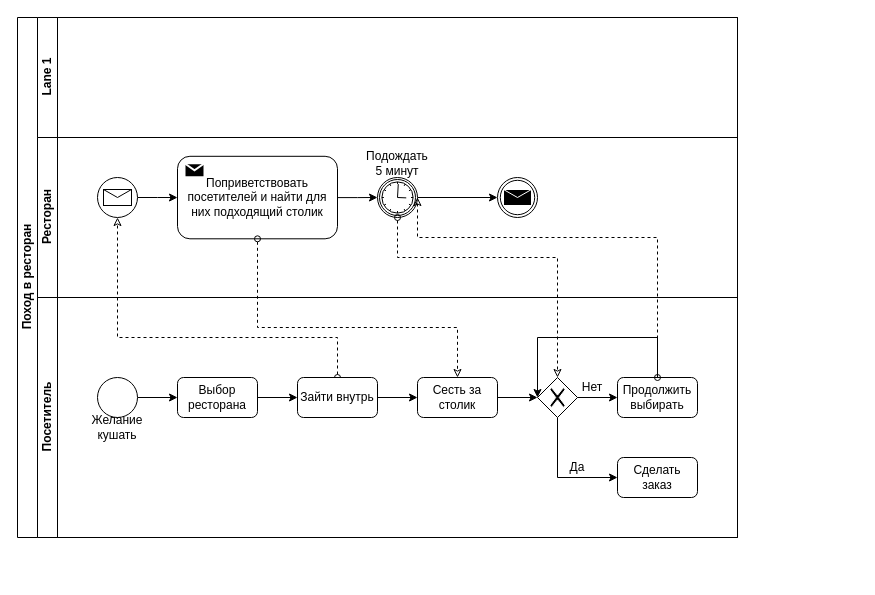
Above: Untitled Diagram.drawio in monsegard/portfolio (draw.io), before the change. Source tidied: cells renumbered, new cells numbered last; positions are measured from the earlier drawing's top-left corner, leaving out a move shared by most shapes. Both pictures are drawn from the tidied source at 100%, with x=0, y=0 at pixel (17, 17).
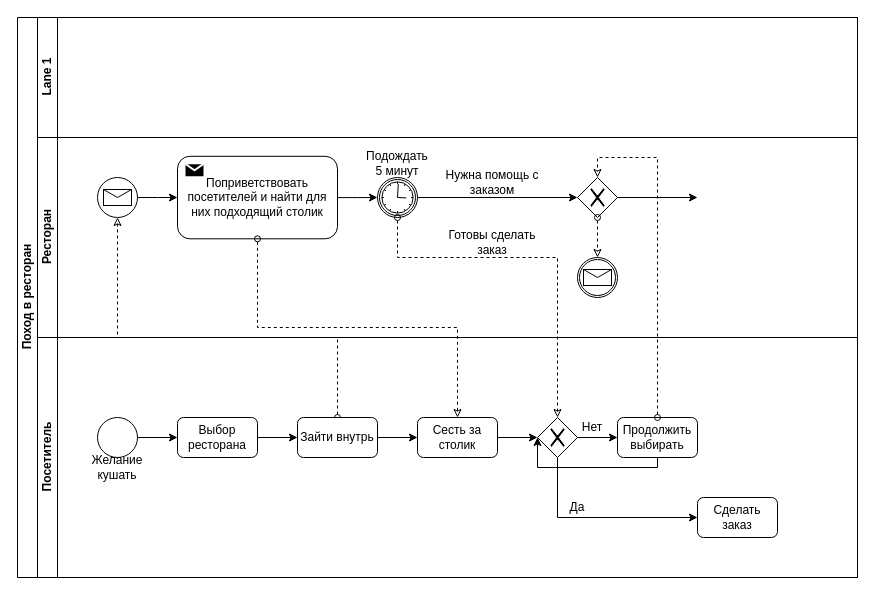
Above is the later version.

Unchanged cells that the change refers to:
```xml
<mxCell id="11" style="shape=mxgraph.bpmn.shape;html=1;verticalLabelPosition=bottom;labelBackgroundColor=#ffffff;verticalAlign=top;align=center;perimeter=ellipsePerimeter;outlineConnect=0;outline=catching;symbol=timer;" parent="4" vertex="1">
  <mxGeometry x="340" y="40" width="40" height="40" as="geometry" />
</mxCell>
<mxCell id="29" style="shape=mxgraph.bpmn.shape;html=1;verticalLabelPosition=bottom;labelBackgroundColor=#ffffff;verticalAlign=top;align=center;perimeter=rhombusPerimeter;background=gateway;outlineConnect=0;outline=none;symbol=exclusiveGw;" parent="17" vertex="1">
  <mxGeometry x="500" y="80" width="40" height="40" as="geometry" />
</mxCell>
<mxCell id="31" value="Продолжить выбирать" style="rounded=1;whiteSpace=wrap;html=1;" parent="17" vertex="1">
  <mxGeometry x="580" y="80" width="80" height="40" as="geometry" />
</mxCell>
```

What changed in the source:
```diff
@@
     <mxCell id="2" value="Поход в ресторан" style="swimlane;html=1;horizontal=0;startSize=20;" parent="1" vertex="1">
-      <mxGeometry width="720" height="520" as="geometry" />
+      <mxGeometry width="840" height="560" as="geometry" />
     </mxCell>
     <mxCell id="3" value="Lane 1" style="swimlane;html=1;startSize=20;horizontal=0;" parent="2" vertex="1">
-      <mxGeometry x="20" width="700" height="120" as="geometry" />
+      <mxGeometry x="20" width="820" height="120" as="geometry" />
     </mxCell>
     <mxCell id="4" value="Ресторан" style="swimlane;html=1;startSize=20;horizontal=0;" parent="2" vertex="1">
-      <mxGeometry x="20" y="120" width="700" height="160" as="geometry" />
+      <mxGeometry x="20" y="120" width="820" height="200" as="geometry" />
     </mxCell>
@@
-    <mxCell id="10" style="edgeStyle=orthogonalEdgeStyle;rounded=0;jettySize=auto;html=1;entryX=0;entryY=0.5;entryDx=0;entryDy=0;startArrow=none;startFill=0;endArrow=classic;endFill=1;" parent="4" edge="1" source="11" target="13">
+    <mxCell id="10" style="edgeStyle=orthogonalEdgeStyle;rounded=0;jettySize=auto;html=1;entryX=0;entryY=0.5;entryDx=0;entryDy=0;startArrow=none;startFill=0;endArrow=classic;endFill=1;" parent="4" edge="1" source="11" target="37">
       <mxGeometry relative="1" as="geometry" />
     </mxCell>
@@
-    <mxCell id="13" style="shape=mxgraph.bpmn.shape;html=1;verticalLabelPosition=bottom;labelBackgroundColor=#ffffff;verticalAlign=top;align=center;perimeter=ellipsePerimeter;outlineConnect=0;outline=throwing;symbol=message;" parent="4" vertex="1">
-      <mxGeometry x="460" y="40" width="40" height="40" as="geometry" />
-    </mxCell>
+    <mxCell id="36" value="Готовы сделать заказ" style="text;html=1;strokeColor=none;fillColor=none;align=center;verticalAlign=middle;whiteSpace=wrap;rounded=0;" parent="4" vertex="1">
+      <mxGeometry x="400" y="90" width="110" height="30" as="geometry" />
+    </mxCell>
+    <mxCell id="37" style="shape=mxgraph.bpmn.shape;html=1;verticalLabelPosition=bottom;labelBackgroundColor=#ffffff;verticalAlign=top;align=center;perimeter=rhombusPerimeter;background=gateway;outlineConnect=0;outline=none;symbol=exclusiveGw;" parent="4" vertex="1">
+      <mxGeometry x="540" y="40" width="40" height="40" as="geometry" />
+    </mxCell>
+    <mxCell id="38" value="Нужна помощь с заказом" style="text;html=1;strokeColor=none;fillColor=none;align=center;verticalAlign=middle;whiteSpace=wrap;rounded=0;" parent="4" vertex="1">
+      <mxGeometry x="390" y="30" width="130" height="30" as="geometry" />
+    </mxCell>
+    <mxCell id="39" style="shape=mxgraph.bpmn.shape;html=1;verticalLabelPosition=bottom;labelBackgroundColor=#ffffff;verticalAlign=top;align=center;perimeter=ellipsePerimeter;outlineConnect=0;outline=catching;symbol=message;" parent="4" vertex="1">
+      <mxGeometry x="540" y="120" width="40" height="40" as="geometry" />
+    </mxCell>
+    <mxCell id="40" style="edgeStyle=orthogonalEdgeStyle;rounded=0;jettySize=auto;html=1;dashed=1;startArrow=oval;startFill=0;endArrow=classic;endFill=0;" parent="4" edge="1" source="37" target="39">
+      <mxGeometry relative="1" as="geometry" />
+    </mxCell>
@@
     <mxCell id="17" value="Посетитель" style="swimlane;html=1;startSize=20;horizontal=0;" parent="2" vertex="1">
-      <mxGeometry x="20" y="280" width="700" height="240" as="geometry" />
+      <mxGeometry x="20" y="320" width="820" height="240" as="geometry" />
     </mxCell>
@@
     <mxCell id="27" value="Сделать заказ" style="rounded=1;whiteSpace=wrap;html=1;" parent="17" vertex="1">
-      <mxGeometry x="580" y="160" width="80" height="40" as="geometry" />
+      <mxGeometry x="660" y="160" width="80" height="40" as="geometry" />
     </mxCell>
@@
     <mxCell id="34" style="edgeStyle=orthogonalEdgeStyle;rounded=0;jettySize=auto;html=1;startArrow=none;startFill=0;endArrow=classic;endFill=1;entryX=0;entryY=0.5;entryDx=0;entryDy=0;" parent="17" edge="1" source="31" target="29">
       <mxGeometry relative="1" as="geometry">
         <Array as="points">
-          <mxPoint x="620" y="40" />
-          <mxPoint x="500" y="40" />
+          <mxPoint x="620" y="130" />
+          <mxPoint x="500" y="130" />
         </Array>
       </mxGeometry>
     </mxCell>
-    <mxCell id="35" style="edgeStyle=orthogonalEdgeStyle;rounded=0;jettySize=auto;html=1;startArrow=oval;startFill=0;endArrow=classic;endFill=0;dashed=1;" parent="2" edge="1" source="31" target="11">
-      <mxGeometry relative="1" as="geometry">
-        <Array as="points">
-          <mxPoint x="640" y="220" />
-          <mxPoint x="400" y="220" />
-        </Array>
-      </mxGeometry>
-    </mxCell>
+    <mxCell id="41" style="edgeStyle=orthogonalEdgeStyle;rounded=0;jettySize=auto;html=1;startArrow=oval;startFill=0;endArrow=classic;endFill=0;entryX=0.5;entryY=0;entryDx=0;entryDy=0;exitX=0.5;exitY=0;exitDx=0;exitDy=0;dashed=1;" parent="2" edge="1" source="31" target="37">
+      <mxGeometry relative="1" as="geometry">
+        <Array as="points">
+          <mxPoint x="640" y="140" />
+          <mxPoint x="580" y="140" />
+        </Array>
+      </mxGeometry>
+    </mxCell>
+    <mxCell id="42" style="edgeStyle=orthogonalEdgeStyle;rounded=0;jettySize=auto;html=1;startArrow=none;startFill=0;endArrow=classic;endFill=1;" parent="1" edge="1" source="37">
+      <mxGeometry relative="1" as="geometry">
+        <mxPoint x="680" y="180" as="targetPoint" />
+      </mxGeometry>
+    </mxCell>
```
